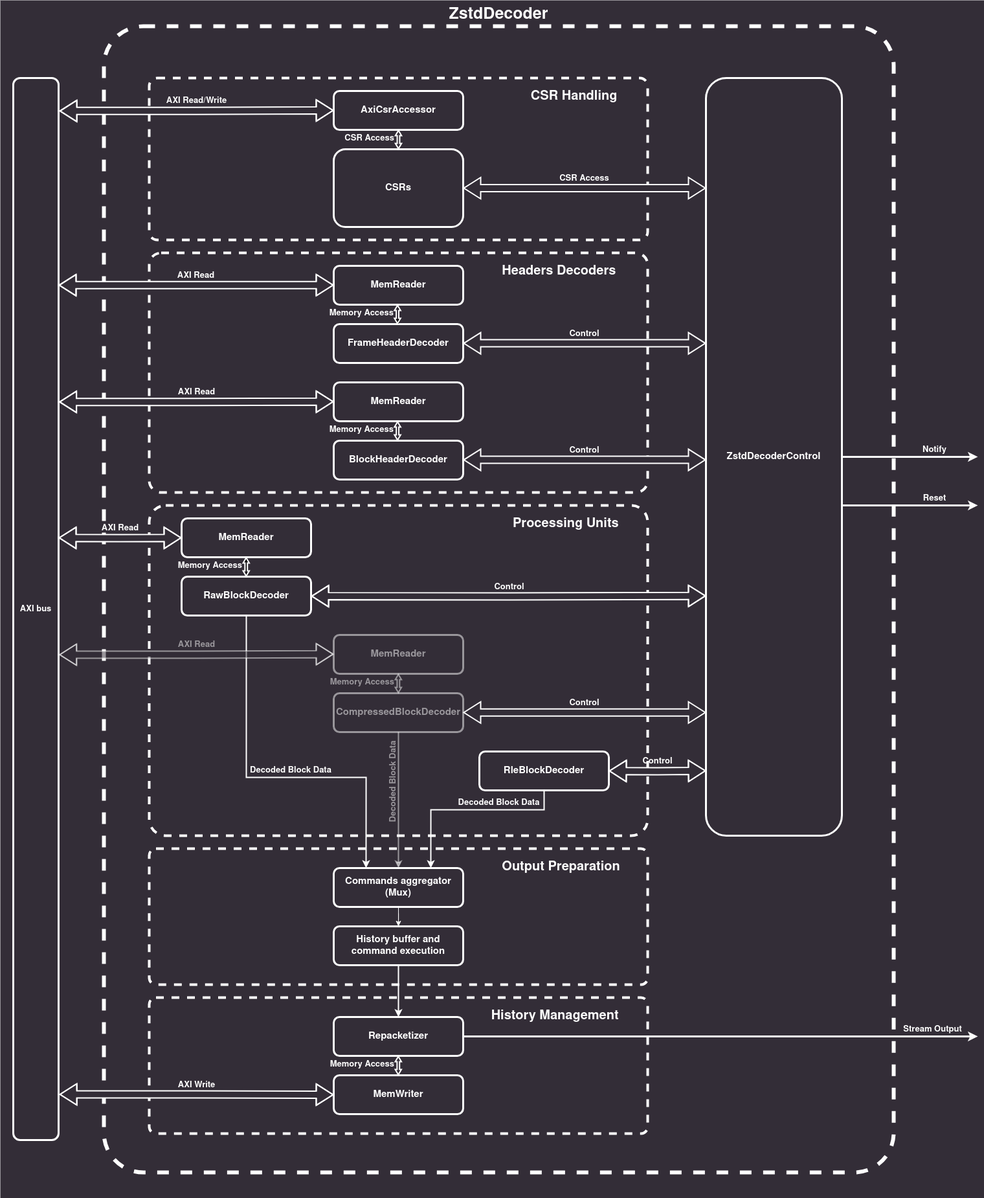
The draw.io diagram xls/modules/zstd/img/ZSTD_decoder.png in google/xls, before a commit. Source tidied: cells renumbered, new cells last; positions are measured from the earlier drawing's top-left corner, leaving out a move shared by most shapes.
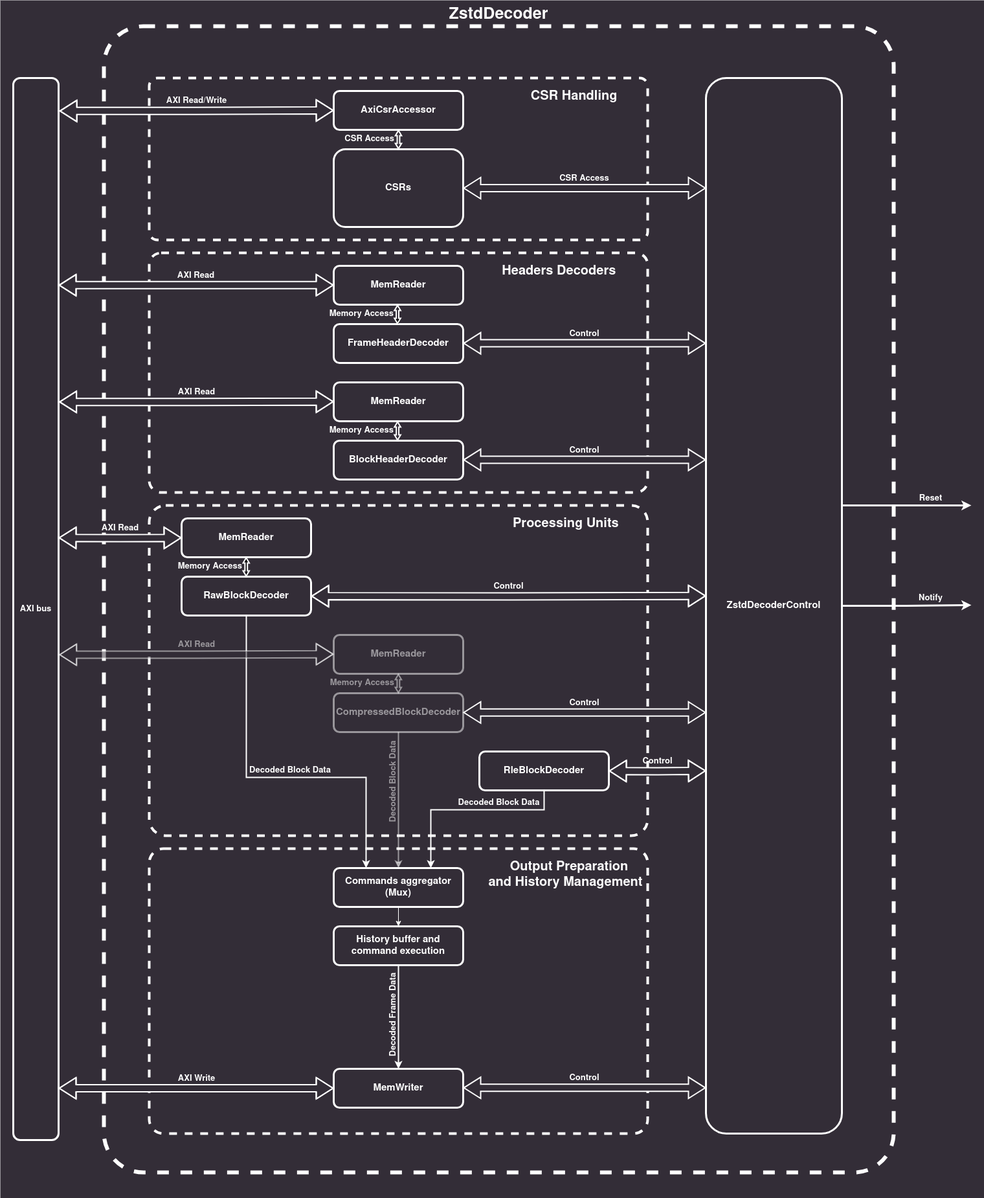
After the commit.

Commit message:
modules/zstd/README: Update output interface description

Internal-tag: [#67272]

What changed in the source:
```diff
@@ -8,11 +8,8 @@
     <mxCell id="3" value="ZstdDecoder" style="rounded=1;whiteSpace=wrap;html=1;fillColor=none;strokeColor=#FFFFFF;glass=0;dashed=1;strokeWidth=6;perimeterSpacing=0;labelPosition=center;verticalLabelPosition=top;align=center;verticalAlign=bottom;horizontal=1;fontColor=#FFFFFF;fontSize=25;fontStyle=1;arcSize=5;fontFamily=Helvetica;" parent="1" vertex="1">
       <mxGeometry x="160" y="40" width="1220" height="1770" as="geometry" />
     </mxCell>
-    <mxCell id="4" value="History Management&lt;span style=&quot;white-space: pre; font-size: 20px;&quot;&gt;&#9;&lt;/span&gt;&amp;nbsp;&amp;nbsp;&amp;nbsp; " style="rounded=1;whiteSpace=wrap;html=1;fillColor=none;strokeColor=#FFFFFF;glass=0;dashed=1;strokeWidth=4;perimeterSpacing=0;labelPosition=center;verticalLabelPosition=middle;align=right;verticalAlign=top;horizontal=1;fontColor=#FFFFFF;fontSize=20;fontStyle=1;arcSize=5;fontFamily=Helvetica;spacingTop=10;" parent="1" vertex="1">
-      <mxGeometry x="230" y="1540" width="770" height="210" as="geometry" />
-    </mxCell>
-    <mxCell id="5" value="Output Preparation&lt;span style=&quot;white-space: pre;&quot;&gt;&#9;&lt;/span&gt;" style="rounded=1;whiteSpace=wrap;html=1;fillColor=none;strokeColor=#FFFFFF;glass=0;dashed=1;strokeWidth=4;perimeterSpacing=0;labelPosition=center;verticalLabelPosition=middle;align=right;verticalAlign=top;horizontal=1;fontColor=#FFFFFF;fontSize=20;fontStyle=1;arcSize=5;fontFamily=Helvetica;spacingTop=10;" parent="1" vertex="1">
-      <mxGeometry x="230" y="1310" width="770" height="210" as="geometry" />
+    <mxCell id="5" value="Output Preparation&amp;nbsp;&amp;nbsp;&amp;nbsp;&amp;nbsp;&amp;nbsp; &lt;br&gt;&lt;span style=&quot;white-space: pre;&quot;&gt;and &lt;/span&gt;History Management&amp;nbsp; " style="rounded=1;whiteSpace=wrap;html=1;fillColor=none;strokeColor=#FFFFFF;glass=0;dashed=1;strokeWidth=4;perimeterSpacing=0;labelPosition=center;verticalLabelPosition=middle;align=right;verticalAlign=top;horizontal=1;fontColor=#FFFFFF;fontSize=20;fontStyle=1;arcSize=5;fontFamily=Helvetica;spacingTop=10;" parent="1" vertex="1">
+      <mxGeometry x="230" y="1310" width="770" height="440" as="geometry" />
     </mxCell>
     <mxCell id="6" value="Processing Units&lt;span style=&quot;white-space: pre;&quot;&gt;&#9;&lt;/span&gt;&amp;nbsp;&amp;nbsp;&amp;nbsp;&amp;nbsp;&amp;nbsp; " style="rounded=1;whiteSpace=wrap;html=1;fillColor=none;strokeColor=#FFFFFF;glass=0;dashed=1;strokeWidth=4;perimeterSpacing=0;labelPosition=center;verticalLabelPosition=middle;align=right;verticalAlign=top;horizontal=1;fontColor=#FFFFFF;fontSize=20;fontStyle=1;arcSize=5;fontFamily=Helvetica;spacingTop=10;" parent="1" vertex="1">
       <mxGeometry x="230" y="780" width="770" height="510" as="geometry" />
@@ -40,14 +37,14 @@
     <mxCell id="12" value="Commands aggregator (Mux)" style="rounded=1;whiteSpace=wrap;html=1;fontFamily=Helvetica;strokeWidth=3;fontStyle=1;fontColor=#FFFFFF;fillColor=none;strokeColor=#FFFFFF;spacing=0;fontSize=15;" parent="1" vertex="1">
       <mxGeometry x="515" y="1340" width="200" height="60" as="geometry" />
     </mxCell>
-    <mxCell id="13" style="edgeStyle=orthogonalEdgeStyle;rounded=0;jettySize=auto;html=1;entryX=0.5;entryY=0;entryDx=0;entryDy=0;fontColor=#FFFFFF;labelBackgroundColor=none;strokeColor=#FFFFFF;strokeWidth=2;fontFamily=Helvetica;" parent="1" edge="1" source="14" target="32">
+    <mxCell id="13" value="Decoded Frame Data" style="edgeStyle=orthogonalEdgeStyle;rounded=0;jettySize=auto;html=1;entryX=0.5;entryY=0;entryDx=0;entryDy=0;fontColor=#FFFFFF;labelBackgroundColor=none;strokeColor=#FFFFFF;strokeWidth=2;fontFamily=Helvetica;fontSize=13;fontStyle=1;labelPosition=center;verticalLabelPosition=middle;align=center;verticalAlign=bottom;horizontal=0;" parent="1" edge="1" source="14" target="31">
       <mxGeometry relative="1" as="geometry" />
     </mxCell>
     <mxCell id="14" value="History buffer and command execution" style="rounded=1;whiteSpace=wrap;html=1;fontFamily=Helvetica;strokeWidth=3;fontStyle=1;fontColor=#FFFFFF;fillColor=none;strokeColor=#FFFFFF;spacing=0;fontSize=15;" parent="1" vertex="1">
       <mxGeometry x="515" y="1430" width="200" height="60" as="geometry" />
     </mxCell>
     <mxCell id="15" value="&lt;div style=&quot;font-size: 15px;&quot;&gt;ZstdDecoderControl&lt;br style=&quot;font-size: 15px;&quot;&gt;&lt;/div&gt;" style="rounded=1;whiteSpace=wrap;html=1;fontFamily=Helvetica;strokeWidth=3;fontStyle=1;fontColor=#FFFFFF;fillColor=none;strokeColor=#FFFFFF;spacing=0;fontSize=15;" parent="1" vertex="1">
-      <mxGeometry x="1090" y="120" width="210" height="1170" as="geometry" />
+      <mxGeometry x="1090" y="120" width="210" height="1630" as="geometry" />
     </mxCell>
     <mxCell id="16" value="CSRs" style="rounded=1;whiteSpace=wrap;html=1;fontFamily=Helvetica;strokeWidth=3;fontStyle=1;fontColor=#FFFFFF;fillColor=none;strokeColor=#FFFFFF;spacing=0;fontSize=15;" parent="1" vertex="1">
       <mxGeometry x="515" y="230" width="200" height="120" as="geometry" />
@@ -100,11 +97,8 @@
       <mxGeometry x="515" y="980" width="200" height="60" as="geometry" />
     </mxCell>
     <mxCell id="31" value="MemWriter" style="rounded=1;whiteSpace=wrap;html=1;fontFamily=Helvetica;strokeWidth=3;fontStyle=1;fontColor=#FFFFFF;fillColor=none;strokeColor=#FFFFFF;spacing=0;fontSize=15;" parent="1" vertex="1">
-      <mxGeometry x="515" y="1660" width="200" height="60" as="geometry" />
+      <mxGeometry x="515" y="1650" width="200" height="60" as="geometry" />
     </mxCell>
-    <mxCell id="32" value="Repacketizer" style="rounded=1;whiteSpace=wrap;html=1;fontFamily=Helvetica;strokeWidth=3;fontStyle=1;fontColor=#FFFFFF;fillColor=none;strokeColor=#FFFFFF;spacing=0;fontSize=15;" parent="1" vertex="1">
-      <mxGeometry x="515" y="1570" width="200" height="60" as="geometry" />
-    </mxCell>
     <mxCell id="33" value="AXI Read/Write" style="shape=flexArrow;endArrow=classic;startArrow=classic;html=1;rounded=0;strokeColor=#FFFFFF;endSize=8;startSize=8;entryX=0;entryY=0.5;entryDx=0;entryDy=0;exitX=1.017;exitY=0.031;exitDx=0;exitDy=0;exitPerimeter=0;edgeStyle=orthogonalEdgeStyle;labelBackgroundColor=none;fontColor=#FFFFFF;fontSize=13;verticalAlign=bottom;horizontal=1;labelPosition=center;verticalLabelPosition=top;align=center;targetPerimeterSpacing=0;strokeWidth=2;fontStyle=1;spacingTop=0;spacing=6;fontFamily=Helvetica;fillColor=#332D37;" parent="1" edge="1" source="18" target="17">
       <mxGeometry relative="1" as="geometry" />
     </mxCell>
@@ -128,14 +122,15 @@
         <mxPoint x="515" y="1009.7" as="targetPoint" />
       </mxGeometry>
     </mxCell>
-    <mxCell id="38" value="AXI Write" style="shape=flexArrow;endArrow=classic;startArrow=classic;html=1;rounded=0;strokeColor=#FFFFFF;endSize=8;startSize=8;entryX=0;entryY=0.5;entryDx=0;entryDy=0;edgeStyle=orthogonalEdgeStyle;labelBackgroundColor=none;fontColor=#FFFFFF;fontSize=13;verticalAlign=bottom;horizontal=1;labelPosition=center;verticalLabelPosition=top;align=center;targetPerimeterSpacing=0;exitX=1.017;exitY=0.957;exitDx=0;exitDy=0;exitPerimeter=0;strokeWidth=2;fontStyle=1;spacingTop=0;spacing=6;fontFamily=Helvetica;fillColor=#332D37;" parent="1" edge="1" source="18" target="31">
-      <mxGeometry relative="1" as="geometry" />
+    <mxCell id="38" value="AXI Write" style="shape=flexArrow;endArrow=classic;startArrow=classic;html=1;rounded=0;strokeColor=#FFFFFF;endSize=8;startSize=8;entryX=0;entryY=0.5;entryDx=0;entryDy=0;edgeStyle=orthogonalEdgeStyle;labelBackgroundColor=none;fontColor=#FFFFFF;fontSize=13;verticalAlign=bottom;horizontal=1;labelPosition=center;verticalLabelPosition=top;align=center;targetPerimeterSpacing=0;strokeWidth=2;fontStyle=1;spacingTop=0;spacing=6;fontFamily=Helvetica;fillColor=#332D37;" parent="1" edge="1" target="31">
+      <mxGeometry relative="1" as="geometry">
+        <mxPoint x="90" y="1680" as="sourcePoint" />
+        <Array as="points">
+          <mxPoint x="230" y="1680" />
+          <mxPoint x="230" y="1680" />
+        </Array>
+      </mxGeometry>
     </mxCell>
-    <mxCell id="39" value="Stream Output" style="edgeStyle=elbowEdgeStyle;rounded=0;jettySize=auto;html=1;fontColor=#FFFFFF;labelBackgroundColor=none;strokeColor=#FFFFFF;fontStyle=1;fontSize=13;verticalAlign=bottom;labelPosition=center;verticalLabelPosition=top;align=center;strokeWidth=3;fontFamily=Helvetica;" parent="1" edge="1" source="32">
-      <mxGeometry x="0.82" relative="1" as="geometry">
-        <mxPoint x="1510" y="1600" as="targetPoint" />
-      </mxGeometry>
-    </mxCell>
     <mxCell id="40" value="CSR Access" style="shape=flexArrow;endArrow=classic;startArrow=classic;html=1;rounded=0;strokeColor=#FFFFFF;endSize=8;startSize=8;exitX=1.023;exitY=0.046;exitDx=0;exitDy=0;exitPerimeter=0;edgeStyle=orthogonalEdgeStyle;labelBackgroundColor=none;fontColor=#FFFFFF;fontSize=13;verticalAlign=bottom;horizontal=1;labelPosition=center;verticalLabelPosition=top;align=center;targetPerimeterSpacing=0;strokeWidth=2;fontStyle=1;spacingTop=0;spacing=6;fontFamily=Helvetica;fillColor=#332D37;" parent="1" edge="1">
       <mxGeometry relative="1" as="geometry">
         <mxPoint x="715" y="290" as="sourcePoint" />
@@ -199,22 +194,22 @@
         <mxPoint x="614.9" y="1040" as="targetPoint" />
       </mxGeometry>
     </mxCell>
-    <mxCell id="51" value="Memory Access" style="shape=flexArrow;endArrow=classic;startArrow=classic;html=1;rounded=0;strokeColor=#FFFFFF;endSize=2;startSize=2;endWidth=3.6538461538461537;width=2.8846153846153846;startWidth=3.6538461538461537;entryX=0.5;entryY=1;entryDx=0;entryDy=0;exitX=0.5;exitY=0;exitDx=0;exitDy=0;labelBackgroundColor=none;fontColor=#FFFFFF;labelPosition=left;verticalLabelPosition=middle;align=right;verticalAlign=bottom;fontSize=13;horizontal=1;strokeWidth=2;fontFamily=Helvetica;fontStyle=1;spacingBottom=-5;" parent="1" edge="1">
-      <mxGeometry x="-0.33" y="5" relative="1" as="geometry">
-        <mxPoint x="614.8" y="1660" as="sourcePoint" />
-        <mxPoint x="614.8" y="1630" as="targetPoint" />
-      </mxGeometry>
-    </mxCell>
-    <mxCell id="52" value="Notify" style="edgeStyle=elbowEdgeStyle;rounded=0;jettySize=auto;html=1;strokeColor=#FFFFFF;strokeWidth=3;exitX=1;exitY=0.5;exitDx=0;exitDy=0;fontColor=#FFFFFF;labelBackgroundColor=none;fontStyle=1;fontSize=13;verticalAlign=bottom;fontFamily=Helvetica;" parent="1" edge="1" source="15">
+    <mxCell id="52" value="Notify" style="edgeStyle=orthogonalEdgeStyle;rounded=0;jettySize=auto;html=1;strokeColor=#FFFFFF;strokeWidth=3;exitX=1;exitY=0.5;exitDx=0;exitDy=0;fontColor=#FFFFFF;labelBackgroundColor=none;fontStyle=1;fontSize=13;verticalAlign=bottom;fontFamily=Helvetica;" parent="1" edge="1" source="15">
       <mxGeometry x="0.37" relative="1" as="geometry">
-        <mxPoint x="1510" y="705" as="targetPoint" />
+        <mxPoint x="1500" y="934" as="targetPoint" />
       </mxGeometry>
     </mxCell>
     <mxCell id="53" value="Reset" style="edgeStyle=elbowEdgeStyle;rounded=0;orthogonalLoop=1;jettySize=auto;html=1;strokeColor=#FFFFFF;strokeWidth=3;exitX=1;exitY=0.5;exitDx=0;exitDy=0;fontColor=#FFFFFF;labelBackgroundColor=none;fontStyle=1;fontSize=13;verticalAlign=bottom;fontFamily=Helvetica;" parent="1" edge="1">
       <mxGeometry x="0.37" relative="1" as="geometry">
         <mxPoint x="1300" y="780" as="sourcePoint" />
-        <mxPoint x="1510" y="780" as="targetPoint" />
+        <mxPoint x="1500" y="780" as="targetPoint" />
       </mxGeometry>
     </mxCell>
+    <mxCell id="54" value="Control" style="shape=flexArrow;endArrow=classic;startArrow=classic;html=1;rounded=0;strokeColor=#FFFFFF;endSize=8;startSize=8;exitX=1.023;exitY=0.046;exitDx=0;exitDy=0;exitPerimeter=0;edgeStyle=orthogonalEdgeStyle;labelBackgroundColor=none;fontColor=#FFFFFF;fontSize=13;verticalAlign=bottom;horizontal=1;labelPosition=center;verticalLabelPosition=top;align=center;targetPerimeterSpacing=0;strokeWidth=2;fontStyle=1;spacingTop=0;spacing=6;fontFamily=Helvetica;fillColor=#332D37;" parent="1" edge="1">
+      <mxGeometry relative="1" as="geometry">
+        <mxPoint x="715" y="1679.3" as="sourcePoint" />
+        <mxPoint x="1090" y="1679.3" as="targetPoint" />
+      </mxGeometry>
+    </mxCell>
   </root>
 </mxGraphModel>
```
